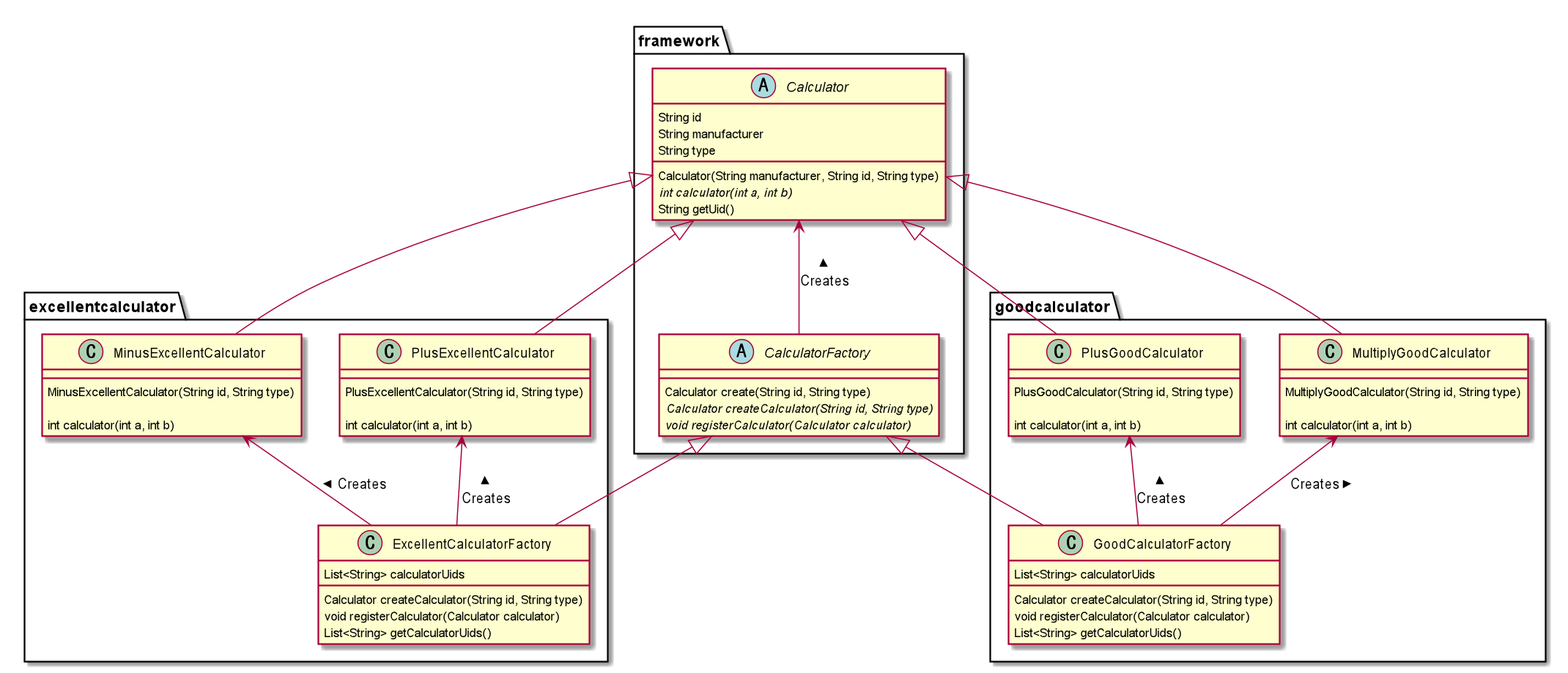
windowforsun/blog keeps this PlantUML diagram as img/designpattern/2/concept_factorymethod_2.png. Above is the earlier version. Its diagram source:
```plantuml
@startuml
package framework <<Folder>> {
	abstract class CalculatorFactory {
		Calculator create(String id, String type)
		{abstract} Calculator createCalculator(String id, String type)
		{abstract} void registerCalculator(Calculator calculator)
	}

	abstract class Calculator {
		String id
		String manufacturer
		String type

		Calculator(String manufacturer, String id, String type)
		{abstract} int calculator(int a, int b)
		String getUid()
	}
}

package excellentcalculator <<Folder>> {
	class ExcellentCalculatorFactory {
		List<String> calculatorUids

		Calculator createCalculator(String id, String type)
		void registerCalculator(Calculator calculator)
		List<String> getCalculatorUids()
	}

	class MinusExcellentCalculator {
		MinusExcellentCalculator(String id, String type)

		int calculator(int a, int b)
	}

	class PlusExcellentCalculator {
		PlusExcellentCalculator(String id, String type)

		int calculator(int a, int b)
	}
}

package goodcalculator <<Folder>> {
	class GoodCalculatorFactory {
		List<String> calculatorUids

		Calculator createCalculator(String id, String type)
		void registerCalculator(Calculator calculator)
		List<String> getCalculatorUids()
	}

	class MultiplyGoodCalculator {
		MultiplyGoodCalculator(String id, String type)

		int calculator(int a, int b)
	}

	class PlusGoodCalculator {
		PlusGoodCalculator(String id, String type)

		int calculator(int a, int b)
	}
}

Calculator <-- CalculatorFactory : Creates <
MinusExcellentCalculator <-- ExcellentCalculatorFactory : Creates <
PlusExcellentCalculator <-- ExcellentCalculatorFactory : Creates <
MultiplyGoodCalculator <-- GoodCalculatorFactory : Creates <
PlusGoodCalculator <-- GoodCalculatorFactory : Creates <
Calculator <|-- MinusExcellentCalculator
Calculator <|-- PlusExcellentCalculator
Calculator <|-- MultiplyGoodCalculator
Calculator <|-- PlusGoodCalculator
CalculatorFactory <|-- ExcellentCalculatorFactory
CalculatorFactory <|-- GoodCalculatorFactory

@enduml
```
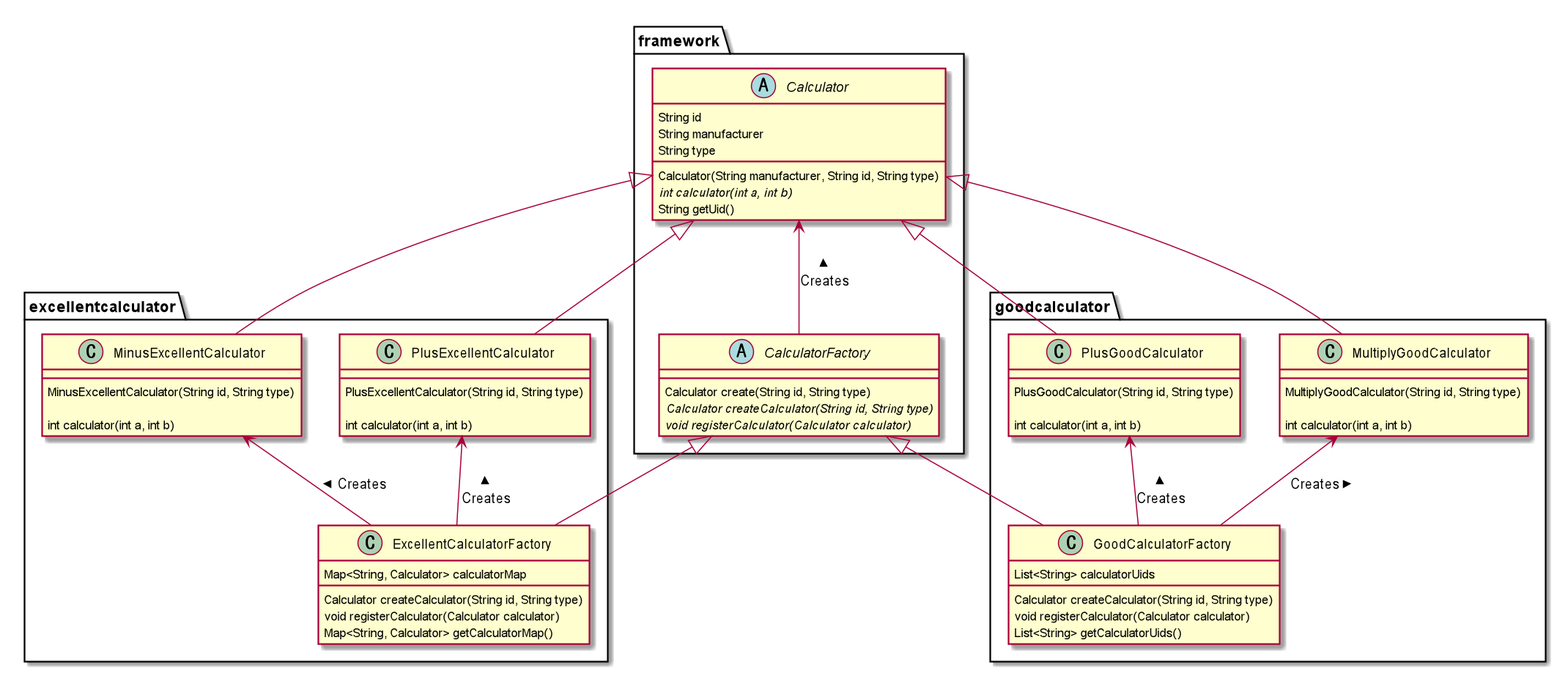
After the commit.

Commit message:
이미지 수정

Diff of the diagram source:
```diff
@@ -19,11 +19,11 @@
 
 package excellentcalculator <<Folder>> {
 	class ExcellentCalculatorFactory {
-		List<String> calculatorUids
+		Map<String, Calculator> calculatorMap
 
 		Calculator createCalculator(String id, String type)
 		void registerCalculator(Calculator calculator)
-		List<String> getCalculatorUids()
+		Map<String, Calculator> getCalculatorMap()
 	}
 
 	class MinusExcellentCalculator {
```
